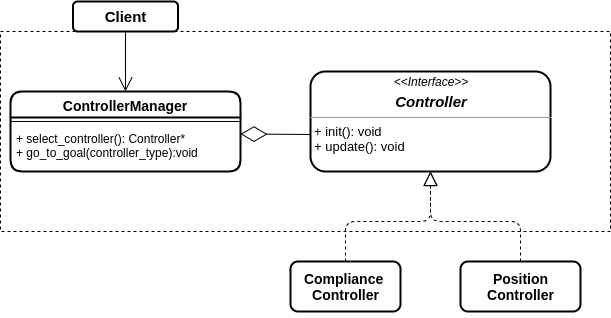
Above: factory_pattern/images/factory_pattern.png in giusebar/design_patterns_robotics (draw.io), before the change. Source tidied: cells renumbered, new cells last; positions are measured from the earlier drawing's top-left corner, leaving out a move shared by most shapes.
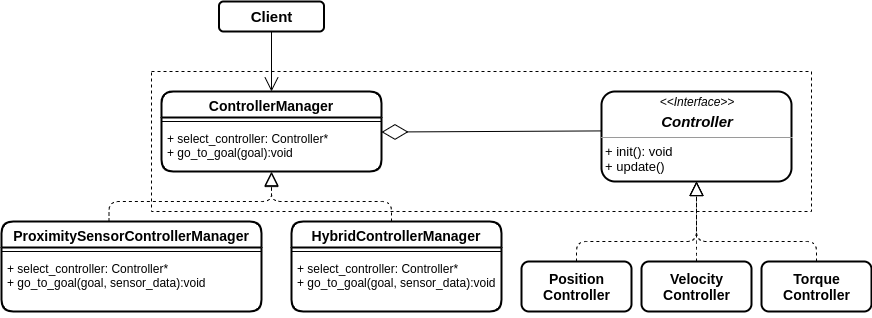
The same diagram one commit later.

Commit message:
refactor and improve factory pattern

Diff of the diagram source:
```diff
@@ -2,56 +2,99 @@
   <root>
     <mxCell id="0" />
     <mxCell id="1" parent="0" />
-    <mxCell id="2" value="&lt;p style=&quot;margin: 0px ; margin-top: 4px ; text-align: center&quot;&gt;&lt;i&gt;&amp;lt;&amp;lt;Interface&amp;gt;&amp;gt;&lt;/i&gt;&lt;/p&gt;&lt;p style=&quot;margin: 4px 0px 0px ; text-align: center&quot;&gt;&lt;font style=&quot;font-size: 15px&quot;&gt;&lt;b&gt;&lt;i&gt;Controller&lt;br&gt;&lt;/i&gt;&lt;/b&gt;&lt;/font&gt;&lt;/p&gt;&lt;hr size=&quot;1&quot;&gt;&lt;p style=&quot;margin: 0px 0px 0px 4px ; font-size: 13px&quot;&gt;&lt;font style=&quot;font-size: 13px&quot;&gt;+ init(): void&lt;/font&gt;&lt;/p&gt;&lt;p style=&quot;margin: 0px 0px 0px 4px ; font-size: 13px&quot;&gt;&lt;font style=&quot;font-size: 13px&quot;&gt;+ update(): void&lt;br&gt;&lt;/font&gt;&lt;/p&gt;" style="verticalAlign=top;align=left;overflow=fill;fontSize=12;fontFamily=Helvetica;html=1;rounded=1;strokeWidth=2;" parent="1" vertex="1">
-      <mxGeometry x="310" y="70" width="240" height="100" as="geometry" />
+    <mxCell id="2" value="&lt;p style=&quot;margin: 0px ; margin-top: 4px ; text-align: center&quot;&gt;&lt;i&gt;&amp;lt;&amp;lt;Interface&amp;gt;&amp;gt;&lt;/i&gt;&lt;/p&gt;&lt;p style=&quot;margin: 4px 0px 0px ; text-align: center&quot;&gt;&lt;font&gt;&lt;i&gt;&lt;b&gt;&lt;font style=&quot;font-size: 15px&quot;&gt;Controller&lt;/font&gt;&lt;/b&gt;&lt;/i&gt;&lt;/font&gt;&lt;/p&gt;&lt;hr size=&quot;1&quot;&gt;&lt;p style=&quot;margin: 0px 0px 0px 4px ; font-size: 13px&quot;&gt;&lt;font style=&quot;font-size: 13px&quot;&gt;+ init(): void&lt;/font&gt;&lt;/p&gt;&lt;p style=&quot;margin: 0px 0px 0px 4px ; font-size: 13px&quot;&gt;&lt;font style=&quot;font-size: 13px&quot;&gt;+ update()&lt;/font&gt;&lt;/p&gt;" style="verticalAlign=top;align=left;overflow=fill;fontSize=12;fontFamily=Helvetica;html=1;rounded=1;strokeWidth=2;" parent="1" vertex="1">
+      <mxGeometry x="400" y="90" width="190" height="90" as="geometry" />
     </mxCell>
     <mxCell id="3" value="ControllerManager" style="swimlane;fontStyle=1;align=center;verticalAlign=top;horizontal=1;startSize=26;rounded=1;fontSize=14;strokeWidth=2;" parent="1" vertex="1">
-      <mxGeometry x="10" y="90" width="230" height="80" as="geometry" />
+      <mxGeometry x="-40" y="90" width="220" height="80" as="geometry" />
     </mxCell>
     <mxCell id="4" style="line;strokeWidth=1;fillColor=none;align=left;verticalAlign=middle;spacingTop=-1;spacingLeft=3;spacingRight=3;labelPosition=right;" parent="3" vertex="1">
-      <mxGeometry y="26" width="230" height="8" as="geometry" />
+      <mxGeometry y="26" width="220" height="8" as="geometry" />
     </mxCell>
-    <mxCell id="5" value="+ select_controller(): Controller*&#10;+ go_to_goal(controller_type):void" style="text;strokeColor=none;fillColor=none;align=left;verticalAlign=top;spacingLeft=4;spacingRight=4;overflow=hidden;points=[[0,0.5],[1,0.5]];portConstraint=eastwest;" parent="3" vertex="1">
-      <mxGeometry y="34" width="230" height="46" as="geometry" />
+    <mxCell id="5" value="+ select_controller: Controller*&#10;+ go_to_goal(goal):void&#10;" style="text;strokeColor=none;fillColor=none;align=left;verticalAlign=top;spacingLeft=4;spacingRight=4;overflow=hidden;points=[[0,0.5],[1,0.5]];portConstraint=eastwest;" parent="3" vertex="1">
+      <mxGeometry y="34" width="220" height="46" as="geometry" />
     </mxCell>
     <mxCell id="6" style="rounded=0;whiteSpace=wrap;html=1;dashed=1;fillColor=none;" parent="1" vertex="1">
-      <mxGeometry y="30" width="610" height="200" as="geometry" />
+      <mxGeometry x="-50" y="70" width="660" height="140" as="geometry" />
     </mxCell>
     <mxCell id="7" value="&lt;font style=&quot;font-size: 15px&quot;&gt;&lt;b&gt;Client&lt;/b&gt;&lt;/font&gt;" style="html=1;rounded=1;fillColor=none;strokeWidth=2;" parent="1" vertex="1">
-      <mxGeometry x="72.5" width="105" height="30" as="geometry" />
+      <mxGeometry x="17.5" width="105" height="30" as="geometry" />
     </mxCell>
     <mxCell id="8" style="endArrow=open;endFill=1;endSize=12;html=1;entryX=0.5;entryY=0;entryDx=0;entryDy=0;exitX=0.5;exitY=1;exitDx=0;exitDy=0;" parent="1" edge="1" source="7" target="3">
       <mxGeometry relative="1" as="geometry" />
     </mxCell>
-    <mxCell id="9" style="endArrow=diamondThin;endFill=0;endSize=24;html=1;fontSize=13;" parent="1" edge="1">
-      <mxGeometry relative="1" as="geometry">
-        <mxPoint x="310" y="133" as="sourcePoint" />
-        <mxPoint x="240" y="132.5" as="targetPoint" />
-      </mxGeometry>
+    <mxCell id="9" style="endArrow=diamondThin;endFill=0;endSize=24;html=1;fontSize=13;exitX=0;exitY=0.438;exitDx=0;exitDy=0;exitPerimeter=0;entryX=1;entryY=0.142;entryDx=0;entryDy=0;entryPerimeter=0;" parent="1" edge="1" source="2" target="5">
+      <mxGeometry relative="1" as="geometry" />
     </mxCell>
-    <mxCell id="10" style="endArrow=block;dashed=1;endFill=0;endSize=12;html=1;fontSize=13;exitX=0.5;exitY=0;exitDx=0;exitDy=0;" parent="1" edge="1" source="11">
+    <mxCell id="10" style="endArrow=block;dashed=1;endFill=0;endSize=12;html=1;fontSize=13;exitX=0.5;exitY=0;exitDx=0;exitDy=0;entryX=0.5;entryY=1;entryDx=0;entryDy=0;" parent="1" edge="1" source="11" target="2">
       <mxGeometry relative="1" as="geometry">
-        <mxPoint x="430" y="170" as="targetPoint" />
         <Array as="points">
-          <mxPoint x="345" y="220" />
-          <mxPoint x="430" y="220" />
+          <mxPoint x="375" y="240" />
+          <mxPoint x="495" y="240" />
         </Array>
       </mxGeometry>
     </mxCell>
-    <mxCell id="11" value="&lt;font style=&quot;font-size: 14px&quot;&gt;&lt;b&gt;&lt;br&gt;Compliance&amp;nbsp;&lt;br&gt;Controller&lt;br&gt;&lt;/b&gt;&lt;/font&gt;&lt;span style=&quot;color: rgba(0 , 0 , 0 , 0) ; font-family: monospace ; font-size: 0px&quot;&gt;%3CmxGraphModel%3E%3Croot%3E%3CmxCell%20id%3D%220%22%2F%3E%3CmxCell%20id%3D%221%22%20parent%3D%220%22%2F%3E%3CmxCell%20id%3D%222%22%20value%3D%22RobotDriver%22%20style%3D%22swimlane%3BfontStyle%3D1%3Balign%3Dcenter%3BverticalAlign%3Dtop%3BchildLayout%3DstackLayout%3Bhorizontal%3D1%3BstartSize%3D26%3BhorizontalStack%3D0%3BresizeParent%3D1%3BresizeParentMax%3D0%3BresizeLast%3D0%3Bcollapsible%3D1%3BmarginBottom%3D0%3Brounded%3D1%3B%22%20vertex%3D%221%22%20parent%3D%221%22%3E%3CmxGeometry%20x%3D%22190%22%20y%3D%22200%22%20width%3D%22160%22%20height%3D%2286%22%20as%3D%22geometry%22%2F%3E%3C%2FmxCell%3E%3CmxCell%20id%3D%223%22%20value%3D%22-%20robot_arm%3A%20RobotArm%22%20style%3D%22text%3BstrokeColor%3Dnone%3BfillColor%3Dnone%3Balign%3Dleft%3BverticalAlign%3Dtop%3BspacingLeft%3D4%3BspacingRight%3D4%3Boverflow%3Dhidden%3Brotatable%3D0%3Bpoints%3D%5B%5B0%2C0.5%5D%2C%5B1%2C0.5%5D%5D%3BportConstraint%3Deastwest%3B%22%20vertex%3D%221%22%20parent%3D%222%22%3E%3CmxGeometry%20y%3D%2226%22%20width%3D%22160%22%20height%3D%2226%22%20as%3D%22geometry%22%2F%3E%3C%2FmxCell%3E%3CmxCell%20id%3D%224%22%20value%3D%22%22%20style%3D%22line%3BstrokeWidth%3D1%3BfillColor%3Dnone%3Balign%3Dleft%3BverticalAlign%3Dmiddle%3BspacingTop%3D-1%3BspacingLeft%3D3%3BspacingRight%3D3%3Brotatable%3D0%3BlabelPosition%3Dright%3Bpoints%3D%5B%5D%3BportConstraint%3Deastwest%3B%22%20vertex%3D%221%22%20parent%3D%222%22%3E%3CmxGeometry%20y%3D%2252%22%20width%3D%22160%22%20height%3D%228%22%20as%3D%22geometry%22%2F%3E%3C%2FmxCell%3E%3CmxCell%20id%3D%225%22%20value%3D%22%2B%20method(type)%3A%20type%22%20style%3D%22text%3BstrokeColor%3Dnone%3BfillColor%3Dnone%3Balign%3Dleft%3BverticalAlign%3Dtop%3BspacingLeft%3D4%3BspacingRight%3D4%3Boverflow%3Dhidden%3Brotatable%3D0%3Bpoints%3D%5B%5B0%2C0.5%5D%2C%5B1%2C0.5%5D%5D%3BportConstraint%3Deastwest%3B%22%20vertex%3D%221%22%20parent%3D%222%22%3E%3CmxGeometry%20y%3D%2260%22%20width%3D%22160%22%20height%3D%2226%22%20as%3D%22geometry%22%2F%3E%3C%2FmxCell%3E%3C%2Froot%3E%3C%2FmxGraphModel%3E&lt;/span&gt;" style="html=1;rounded=1;fillColor=none;fontSize=13;strokeWidth=2;" parent="1" vertex="1">
-      <mxGeometry x="290" y="260" width="110" height="50" as="geometry" />
+    <mxCell id="11" value="&lt;font style=&quot;font-size: 14px&quot;&gt;&lt;b&gt;&lt;br&gt;Position&lt;br&gt;Controller&lt;br&gt;&lt;/b&gt;&lt;/font&gt;&lt;span style=&quot;color: rgba(0 , 0 , 0 , 0) ; font-family: monospace ; font-size: 0px&quot;&gt;%3CmxGraphModel%3E%3Croot%3E%3CmxCell%20id%3D%220%22%2F%3E%3CmxCell%20id%3D%221%22%20parent%3D%220%22%2F%3E%3CmxCell%20id%3D%222%22%20value%3D%22RobotDriver%22%20style%3D%22swimlane%3BfontStyle%3D1%3Balign%3Dcenter%3BverticalAlign%3Dtop%3BchildLayout%3DstackLayout%3Bhorizontal%3D1%3BstartSize%3D26%3BhorizontalStack%3D0%3BresizeParent%3D1%3BresizeParentMax%3D0%3BresizeLast%3D0%3Bcollapsible%3D1%3BmarginBottom%3D0%3Brounded%3D1%3B%22%20vertex%3D%221%22%20parent%3D%221%22%3E%3CmxGeometry%20x%3D%22190%22%20y%3D%22200%22%20width%3D%22160%22%20height%3D%2286%22%20as%3D%22geometry%22%2F%3E%3C%2FmxCell%3E%3CmxCell%20id%3D%223%22%20value%3D%22-%20robot_arm%3A%20RobotArm%22%20style%3D%22text%3BstrokeColor%3Dnone%3BfillColor%3Dnone%3Balign%3Dleft%3BverticalAlign%3Dtop%3BspacingLeft%3D4%3BspacingRight%3D4%3Boverflow%3Dhidden%3Brotatable%3D0%3Bpoints%3D%5B%5B0%2C0.5%5D%2C%5B1%2C0.5%5D%5D%3BportConstraint%3Deastwest%3B%22%20vertex%3D%221%22%20parent%3D%222%22%3E%3CmxGeometry%20y%3D%2226%22%20width%3D%22160%22%20height%3D%2226%22%20as%3D%22geometry%22%2F%3E%3C%2FmxCell%3E%3CmxCell%20id%3D%224%22%20value%3D%22%22%20style%3D%22line%3BstrokeWidth%3D1%3BfillColor%3Dnone%3Balign%3Dleft%3BverticalAlign%3Dmiddle%3BspacingTop%3D-1%3BspacingLeft%3D3%3BspacingRight%3D3%3Brotatable%3D0%3BlabelPosition%3Dright%3Bpoints%3D%5B%5D%3BportConstraint%3Deastwest%3B%22%20vertex%3D%221%22%20parent%3D%222%22%3E%3CmxGeometry%20y%3D%2252%22%20width%3D%22160%22%20height%3D%228%22%20as%3D%22geometry%22%2F%3E%3C%2FmxCell%3E%3CmxCell%20id%3D%225%22%20value%3D%22%2B%20method(type)%3A%20type%22%20style%3D%22text%3BstrokeColor%3Dnone%3BfillColor%3Dnone%3Balign%3Dleft%3BverticalAlign%3Dtop%3BspacingLeft%3D4%3BspacingRight%3D4%3Boverflow%3Dhidden%3Brotatable%3D0%3Bpoints%3D%5B%5B0%2C0.5%5D%2C%5B1%2C0.5%5D%5D%3BportConstraint%3Deastwest%3B%22%20vertex%3D%221%22%20parent%3D%222%22%3E%3CmxGeometry%20y%3D%2260%22%20width%3D%22160%22%20height%3D%2226%22%20as%3D%22geometry%22%2F%3E%3C%2FmxCell%3E%3C%2Froot%3E%3C%2FmxGraphModel%3E&lt;/span&gt;" style="html=1;rounded=1;fillColor=none;fontSize=13;strokeWidth=2;" parent="1" vertex="1">
+      <mxGeometry x="320" y="260" width="110" height="50" as="geometry" />
     </mxCell>
-    <mxCell id="12" value="&lt;font style=&quot;font-size: 14px&quot;&gt;&lt;b&gt;Position&lt;br&gt;Controller&lt;br&gt;&lt;/b&gt;&lt;/font&gt;" style="html=1;rounded=1;fillColor=none;fontSize=13;strokeWidth=2;" parent="1" vertex="1">
-      <mxGeometry x="460" y="260" width="120" height="50" as="geometry" />
+    <mxCell id="12" value="&lt;span style=&quot;font-size: 14px&quot;&gt;&lt;b&gt;Torque&lt;br&gt;Controller&lt;br&gt;&lt;/b&gt;&lt;/span&gt;" style="html=1;rounded=1;fillColor=none;fontSize=13;strokeWidth=2;" parent="1" vertex="1">
+      <mxGeometry x="560" y="260" width="110" height="50" as="geometry" />
     </mxCell>
-    <mxCell id="13" style="endArrow=block;dashed=1;endFill=0;endSize=12;html=1;fontSize=13;entryX=0.5;entryY=1;entryDx=0;entryDy=0;" parent="1" edge="1" target="2">
+    <mxCell id="13" style="endArrow=block;dashed=1;endFill=0;endSize=12;html=1;fontSize=13;entryX=0.5;entryY=1;entryDx=0;entryDy=0;exitX=0.5;exitY=0;exitDx=0;exitDy=0;" parent="1" edge="1" source="12" target="2">
       <mxGeometry relative="1" as="geometry">
-        <mxPoint x="520" y="260" as="sourcePoint" />
         <Array as="points">
-          <mxPoint x="520" y="220" />
-          <mxPoint x="430" y="220" />
+          <mxPoint x="615" y="240" />
+          <mxPoint x="495" y="240" />
         </Array>
       </mxGeometry>
     </mxCell>
+    <mxCell id="14" value="ProximitySensorControllerManager" style="swimlane;fontStyle=1;align=center;verticalAlign=top;horizontal=1;startSize=26;rounded=1;fontSize=14;strokeWidth=2;" parent="1" vertex="1">
+      <mxGeometry x="-200" y="220" width="260" height="90" as="geometry" />
+    </mxCell>
+    <mxCell id="15" style="line;strokeWidth=1;fillColor=none;align=left;verticalAlign=middle;spacingTop=-1;spacingLeft=3;spacingRight=3;labelPosition=right;" parent="14" vertex="1">
+      <mxGeometry y="26" width="260" height="8" as="geometry" />
+    </mxCell>
+    <mxCell id="16" value="+ select_controller: Controller*&#10;+ go_to_goal(goal, sensor_data):void" style="text;strokeColor=none;fillColor=none;align=left;verticalAlign=top;spacingLeft=4;spacingRight=4;overflow=hidden;" parent="14" vertex="1">
+      <mxGeometry y="34" width="260" height="56" as="geometry" />
+    </mxCell>
+    <mxCell id="17" value="HybridControllerManager" style="swimlane;fontStyle=1;align=center;verticalAlign=top;horizontal=1;startSize=26;rounded=1;fontSize=14;strokeWidth=2;" parent="1" vertex="1">
+      <mxGeometry x="90" y="220" width="210" height="90" as="geometry" />
+    </mxCell>
+    <mxCell id="18" style="line;strokeWidth=1;fillColor=none;align=left;verticalAlign=middle;spacingTop=-1;spacingLeft=3;spacingRight=3;labelPosition=right;" parent="17" vertex="1">
+      <mxGeometry y="26" width="210" height="8" as="geometry" />
+    </mxCell>
+    <mxCell id="19" value="+ select_controller: Controller*&#10;+ go_to_goal(goal, sensor_data):void&#10;" style="text;strokeColor=none;fillColor=none;align=left;verticalAlign=top;spacingLeft=4;spacingRight=4;overflow=hidden;" parent="17" vertex="1">
+      <mxGeometry y="34" width="210" height="56" as="geometry" />
+    </mxCell>
+    <mxCell id="20" value="&lt;font style=&quot;font-size: 14px&quot;&gt;&lt;b&gt;&lt;br&gt;Velocity&lt;br&gt;Controller&lt;br&gt;&lt;/b&gt;&lt;/font&gt;&lt;span style=&quot;color: rgba(0 , 0 , 0 , 0) ; font-family: monospace ; font-size: 0px&quot;&gt;%3CmxGraphModel%3E%3Croot%3E%3CmxCell%20id%3D%220%22%2F%3E%3CmxCell%20id%3D%221%22%20parent%3D%220%22%2F%3E%3CmxCell%20id%3D%222%22%20value%3D%22RobotDriver%22%20style%3D%22swimlane%3BfontStyle%3D1%3Balign%3Dcenter%3BverticalAlign%3Dtop%3BchildLayout%3DstackLayout%3Bhorizontal%3D1%3BstartSize%3D26%3BhorizontalStack%3D0%3BresizeParent%3D1%3BresizeParentMax%3D0%3BresizeLast%3D0%3Bcollapsible%3D1%3BmarginBottom%3D0%3Brounded%3D1%3B%22%20vertex%3D%221%22%20parent%3D%221%22%3E%3CmxGeometry%20x%3D%22190%22%20y%3D%22200%22%20width%3D%22160%22%20height%3D%2286%22%20as%3D%22geometry%22%2F%3E%3C%2FmxCell%3E%3CmxCell%20id%3D%223%22%20value%3D%22-%20robot_arm%3A%20RobotArm%22%20style%3D%22text%3BstrokeColor%3Dnone%3BfillColor%3Dnone%3Balign%3Dleft%3BverticalAlign%3Dtop%3BspacingLeft%3D4%3BspacingRight%3D4%3Boverflow%3Dhidden%3Brotatable%3D0%3Bpoints%3D%5B%5B0%2C0.5%5D%2C%5B1%2C0.5%5D%5D%3BportConstraint%3Deastwest%3B%22%20vertex%3D%221%22%20parent%3D%222%22%3E%3CmxGeometry%20y%3D%2226%22%20width%3D%22160%22%20height%3D%2226%22%20as%3D%22geometry%22%2F%3E%3C%2FmxCell%3E%3CmxCell%20id%3D%224%22%20value%3D%22%22%20style%3D%22line%3BstrokeWidth%3D1%3BfillColor%3Dnone%3Balign%3Dleft%3BverticalAlign%3Dmiddle%3BspacingTop%3D-1%3BspacingLeft%3D3%3BspacingRight%3D3%3Brotatable%3D0%3BlabelPosition%3Dright%3Bpoints%3D%5B%5D%3BportConstraint%3Deastwest%3B%22%20vertex%3D%221%22%20parent%3D%222%22%3E%3CmxGeometry%20y%3D%2252%22%20width%3D%22160%22%20height%3D%228%22%20as%3D%22geometry%22%2F%3E%3C%2FmxCell%3E%3CmxCell%20id%3D%225%22%20value%3D%22%2B%20method(type)%3A%20type%22%20style%3D%22text%3BstrokeColor%3Dnone%3BfillColor%3Dnone%3Balign%3Dleft%3BverticalAlign%3Dtop%3BspacingLeft%3D4%3BspacingRight%3D4%3Boverflow%3Dhidden%3Brotatable%3D0%3Bpoints%3D%5B%5B0%2C0.5%5D%2C%5B1%2C0.5%5D%5D%3BportConstraint%3Deastwest%3B%22%20vertex%3D%221%22%20parent%3D%222%22%3E%3CmxGeometry%20y%3D%2260%22%20width%3D%22160%22%20height%3D%2226%22%20as%3D%22geometry%22%2F%3E%3C%2FmxCell%3E%3C%2Froot%3E%3C%2FmxGraphModel%3E&lt;/span&gt;" style="html=1;rounded=1;fillColor=none;fontSize=13;strokeWidth=2;" parent="1" vertex="1">
+      <mxGeometry x="440" y="260" width="110" height="50" as="geometry" />
+    </mxCell>
+    <mxCell id="21" style="endArrow=block;dashed=1;endFill=0;endSize=12;html=1;fontSize=13;exitX=0.5;exitY=0;exitDx=0;exitDy=0;entryX=0.5;entryY=1;entryDx=0;entryDy=0;" parent="1" edge="1" source="20" target="2">
+      <mxGeometry relative="1" as="geometry">
+        <Array as="points">
+          <mxPoint x="495" y="250" />
+        </Array>
+      </mxGeometry>
+    </mxCell>
+    <mxCell id="22" style="endArrow=block;dashed=1;endFill=0;endSize=12;html=1;fontSize=13;exitX=0.5;exitY=0;exitDx=0;exitDy=0;" parent="1" edge="1">
+      <mxGeometry relative="1" as="geometry">
+        <mxPoint x="-92.5" y="220" as="sourcePoint" />
+        <mxPoint x="70" y="171" as="targetPoint" />
+        <Array as="points">
+          <mxPoint x="-92.5" y="200" />
+          <mxPoint x="70" y="200" />
+        </Array>
+      </mxGeometry>
+    </mxCell>
+    <mxCell id="23" style="endArrow=block;dashed=1;endFill=0;endSize=12;html=1;fontSize=13;exitX=0.5;exitY=0;exitDx=0;exitDy=0;" parent="1" edge="1">
+      <mxGeometry relative="1" as="geometry">
+        <mxPoint x="190" y="220" as="sourcePoint" />
+        <mxPoint x="70" y="170" as="targetPoint" />
+        <Array as="points">
+          <mxPoint x="190" y="200" />
+          <mxPoint x="70" y="200" />
+        </Array>
+      </mxGeometry>
+    </mxCell>
   </root>
 </mxGraphModel>
```
